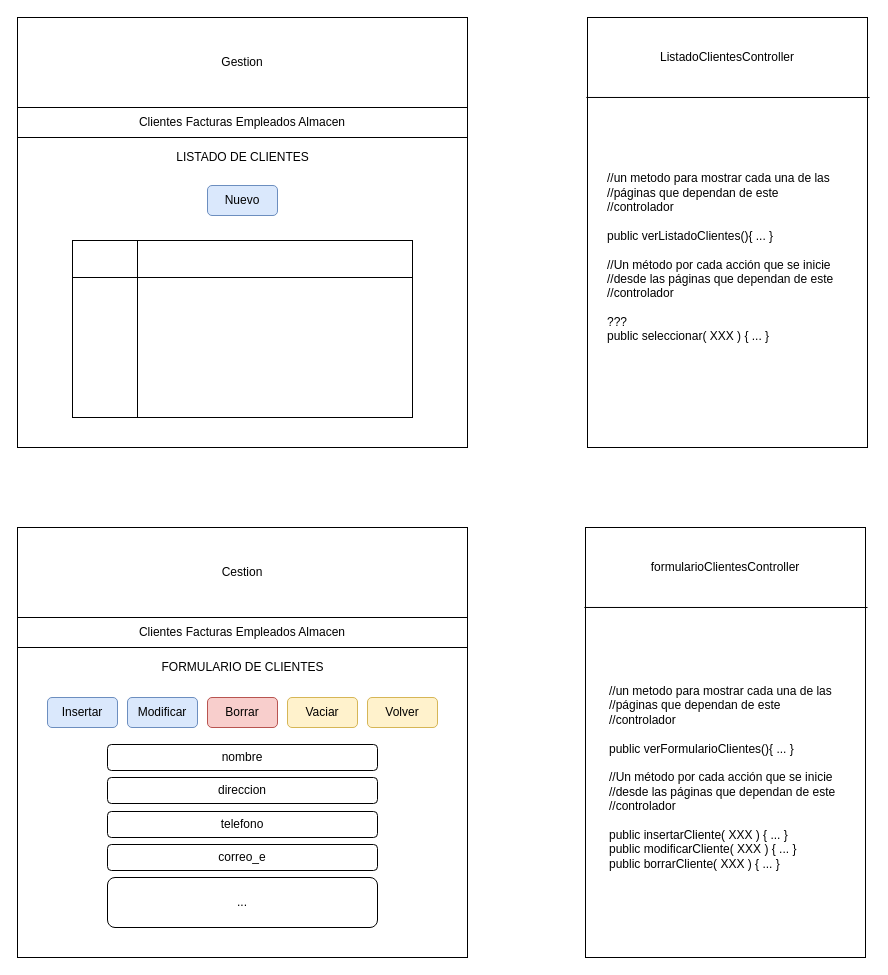
lrag/SpringPracticas keeps this draw.io diagram as page "Página-4" (4 of 4) of Dibujillos.drawio. Above is the earlier version. Source tidied: cells renumbered, new cells numbered last; positions are measured from the earlier drawing's top-left corner, leaving out a move shared by most shapes. Both pictures are drawn from the tidied source at 100%, with x=0, y=0 at pixel (17, 17).
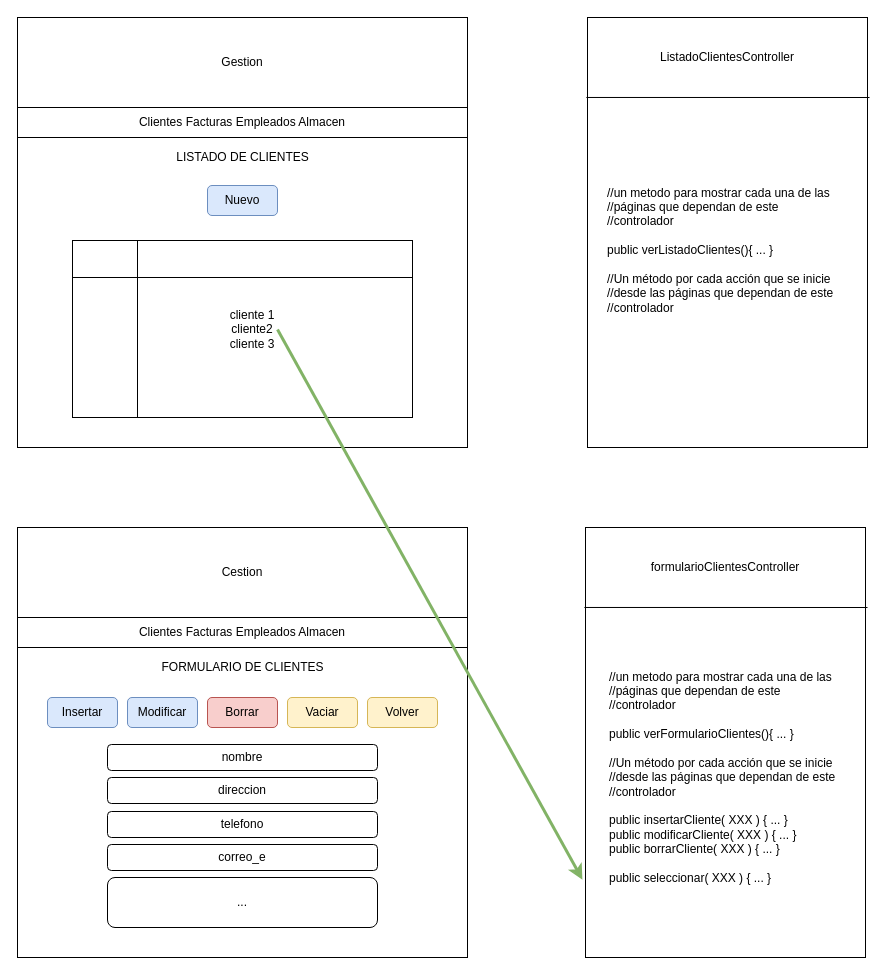
Above is the later version.

The change refers to these unchanged cells:
```xml
<mxCell id="24" style="rounded=0;whiteSpace=wrap;html=1;" parent="1" vertex="1">
  <mxGeometry x="568" y="510" width="280" height="430" as="geometry" />
</mxCell>
```

Change to the diagram source:
```diff
@@
-    <mxCell id="27" value="//un metodo para mostrar cada una de las&amp;nbsp;&lt;br&gt;//páginas que dependan de este //controlador&lt;br&gt;&lt;br&gt;public verFormularioClientes(){ ... }&lt;br&gt;&lt;br&gt;//Un método por cada acción que se inicie //desde las páginas que dependan de este&amp;nbsp;&lt;br&gt;//controlador&lt;br&gt;&lt;br&gt;public insertarCliente( XXX ) { ... }&lt;br&gt;public modificarCliente( XXX ) { ... }&lt;br&gt;public borrarCliente( XXX ) { ... }&lt;br&gt;" style="text;html=1;strokeColor=none;fillColor=none;align=left;verticalAlign=middle;whiteSpace=wrap;rounded=0;" parent="1" vertex="1">
+    <mxCell id="27" value="//un metodo para mostrar cada una de las&amp;nbsp;&lt;br&gt;//páginas que dependan de este //controlador&lt;br&gt;&lt;br&gt;public verFormularioClientes(){ ... }&lt;br&gt;&lt;br&gt;//Un método por cada acción que se inicie //desde las páginas que dependan de este&amp;nbsp;&lt;br&gt;//controlador&lt;br&gt;&lt;br&gt;public insertarCliente( XXX ) { ... }&lt;br&gt;public modificarCliente( XXX ) { ... }&lt;br&gt;public borrarCliente( XXX ) { ... }&lt;br&gt;&lt;br&gt;public seleccionar( XXX ) { ... }" style="text;html=1;strokeColor=none;fillColor=none;align=left;verticalAlign=middle;whiteSpace=wrap;rounded=0;" parent="1" vertex="1">
       <mxGeometry x="590" y="610" width="240" height="300" as="geometry" />
     </mxCell>
-    <mxCell id="28" value="//un metodo para mostrar cada una de las&amp;nbsp;&lt;br&gt;//páginas que dependan de este //controlador&lt;br&gt;&lt;br&gt;public verListadoClientes(){ ... }&lt;br&gt;&lt;br&gt;//Un método por cada acción que se inicie //desde las páginas que dependan de este&amp;nbsp;&lt;br&gt;//controlador&lt;br&gt;&lt;br&gt;???&lt;br&gt;public seleccionar( XXX ) { ... }" style="text;html=1;strokeColor=none;fillColor=none;align=left;verticalAlign=middle;whiteSpace=wrap;rounded=0;" parent="1" vertex="1">
+    <mxCell id="28" value="//un metodo para mostrar cada una de las&amp;nbsp;&lt;br&gt;//páginas que dependan de este //controlador&lt;br&gt;&lt;br&gt;public verListadoClientes(){ ... }&lt;br&gt;&lt;br&gt;//Un método por cada acción que se inicie //desde las páginas que dependan de este&amp;nbsp;&lt;br&gt;//controlador&lt;br&gt;&lt;br&gt;" style="text;html=1;strokeColor=none;fillColor=none;align=left;verticalAlign=middle;whiteSpace=wrap;rounded=0;" parent="1" vertex="1">
       <mxGeometry x="588" y="90" width="240" height="300" as="geometry" />
     </mxCell>
@@
+    <mxCell id="30" style="endArrow=classic;html=1;exitX=1;exitY=0.5;exitDx=0;exitDy=0;entryX=-0.011;entryY=0.819;entryDx=0;entryDy=0;entryPerimeter=0;fillColor=#d5e8d4;strokeColor=#82b366;strokeWidth=3;" parent="1" edge="1" source="31" target="24">
+      <mxGeometry relative="1" as="geometry" />
+    </mxCell>
+    <mxCell id="31" value="cliente 1&lt;br&gt;cliente2&lt;br&gt;cliente 3" style="text;html=1;strokeColor=none;fillColor=none;align=center;verticalAlign=middle;whiteSpace=wrap;rounded=0;" parent="1" vertex="1">
+      <mxGeometry x="210" y="302" width="50" height="20" as="geometry" />
+    </mxCell>
```
